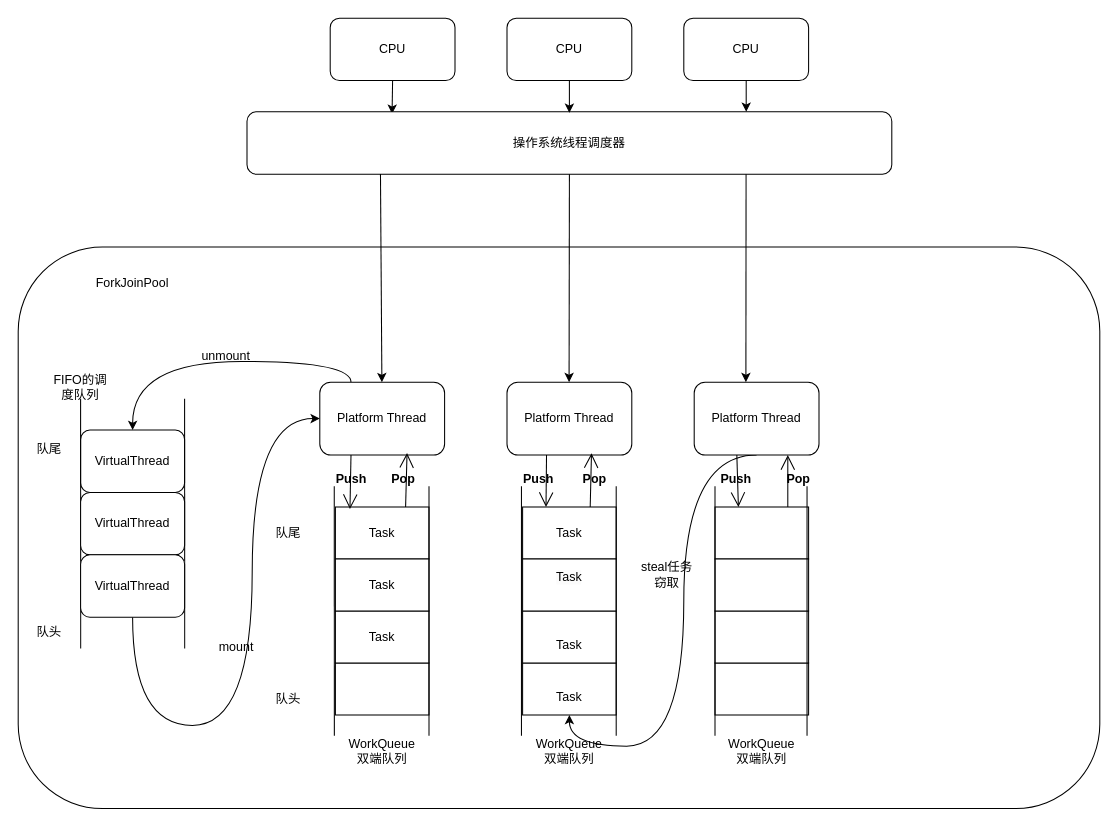
Above: 高级/Java中的协程-虚拟线程.drawio in Chaimek/LearnPictures (draw.io), before the change. Source tidied: cells renumbered, new cells numbered last; positions are measured from the earlier drawing's top-left corner, leaving out a move shared by most shapes. Both pictures are drawn from the tidied source at 104%, with x=0, y=0 at pixel (18, 18).
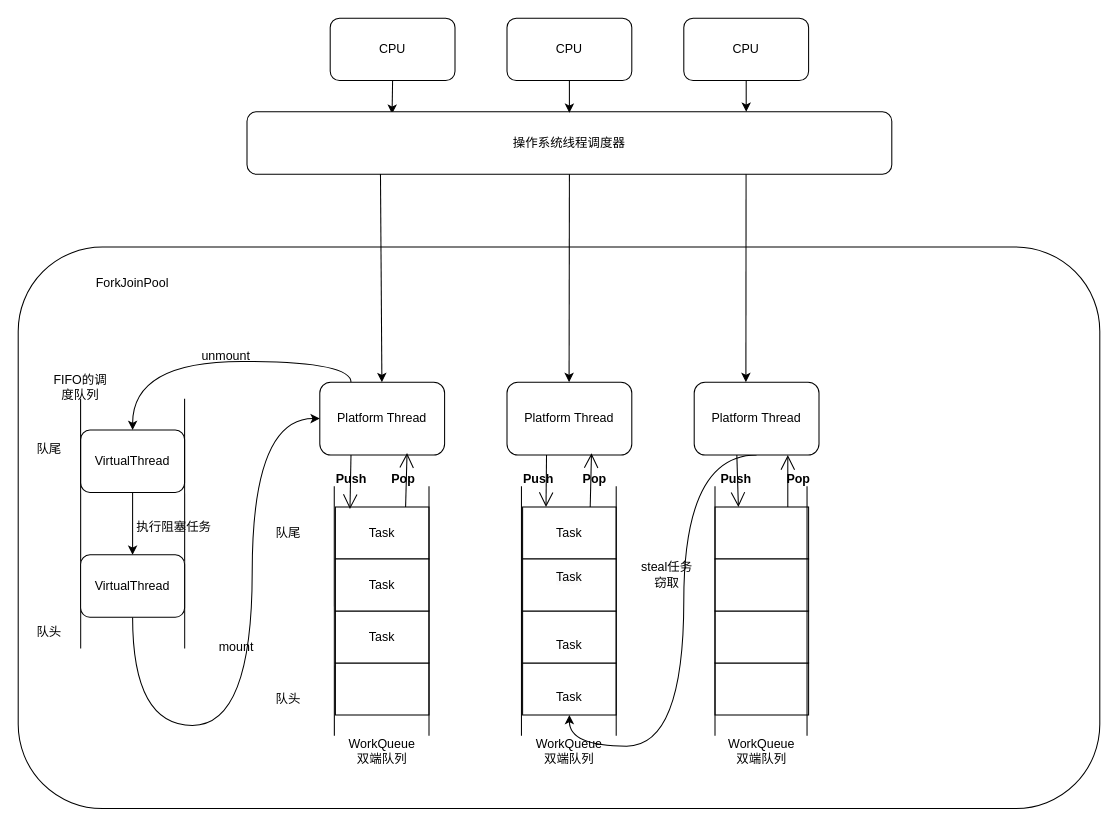
The same diagram, later.

Commit message (it also covers changes not shown here):
更新Java中的协程-虚拟线程.drawio

Unchanged cells that the change refers to:
```xml
<mxCell id="55" value="VirtualThread" style="rounded=1;whiteSpace=wrap;html=1;" parent="1" vertex="1">
  <mxGeometry x="60" y="396" width="100" height="60" as="geometry" />
</mxCell>
<mxCell id="60" value="VirtualThread" style="rounded=1;whiteSpace=wrap;html=1;" parent="1" vertex="1">
  <mxGeometry x="60" y="516" width="100" height="60" as="geometry" />
</mxCell>
```

Diff of the diagram source:
```diff
@@
+    <mxCell id="66" style="edgeStyle=orthogonalEdgeStyle;curved=1;rounded=0;jettySize=auto;html=1;exitX=0.5;exitY=1;exitDx=0;exitDy=0;" parent="1" edge="1" source="55" target="60">
+      <mxGeometry relative="1" as="geometry" />
+    </mxCell>
@@
-    <mxCell id="58" value="VirtualThread" style="rounded=1;whiteSpace=wrap;html=1;" parent="1" vertex="1">
-      <mxGeometry x="60" y="456" width="100" height="60" as="geometry" />
-    </mxCell>
@@
+    <mxCell id="67" value="执行阻塞任务" style="text;html=1;strokeColor=none;fillColor=none;align=center;verticalAlign=middle;whiteSpace=wrap;rounded=0;" parent="1" vertex="1">
+      <mxGeometry x="100" y="475" width="100" height="30" as="geometry" />
+    </mxCell>
```
